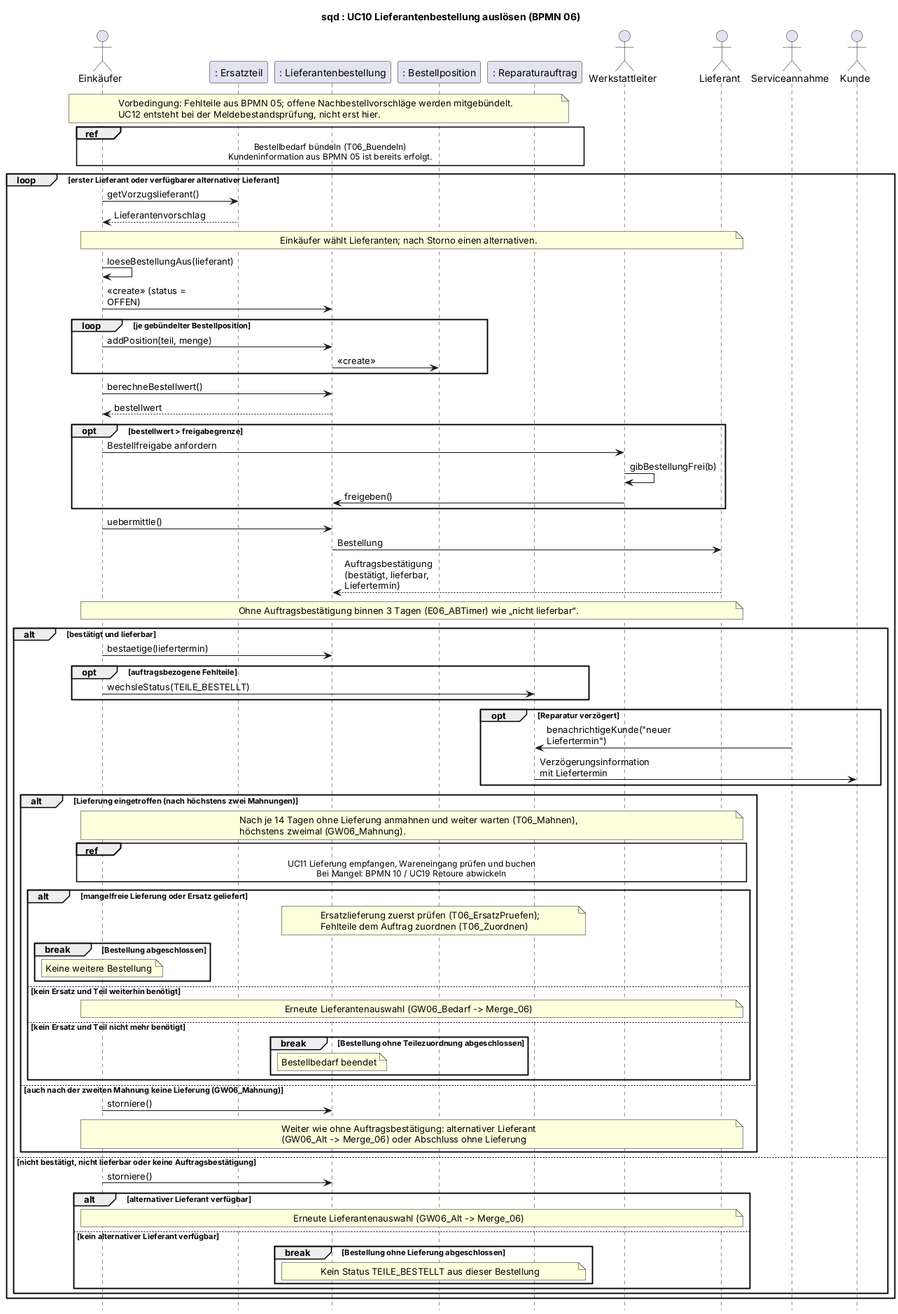
jakobschwan123-cmd/casestudy-semester-3 keeps this PlantUML diagram as 2_uml/entwurf-plantuml/sequenz-06-nachbestellvorschlag.png. Above is the earlier version.
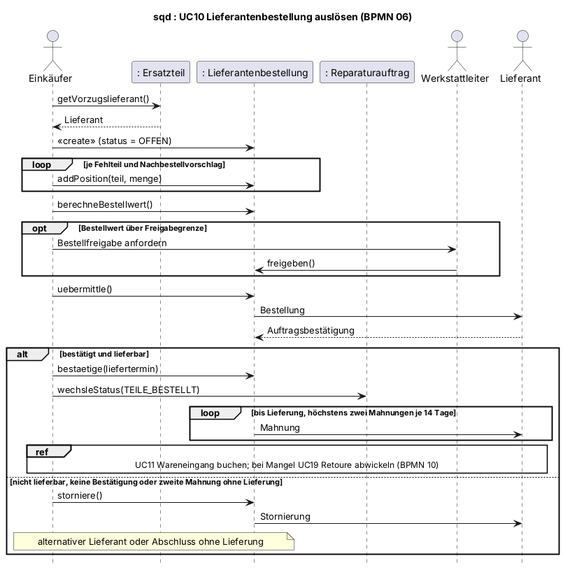
After the commit.

Diff of the diagram source:
```diff
@@ -2,79 +2,40 @@
 title sqd : UC10 Lieferantenbestellung auslösen (BPMN 06)
 skinparam defaultFontName Arial
 skinparam sequenceMessageAlign left
-skinparam maxMessageSize 160
+skinparam maxMessageSize 170
 hide footbox
 
-actor "Einkäufer" as Disponent
+actor "Einkäufer" as E
 participant ": Ersatzteil" as ET
 participant ": Lieferantenbestellung" as BEST
-participant ": Bestellposition" as POS
 participant ": Reparaturauftrag" as RA
 actor Werkstattleiter as WL
 actor Lieferant
-actor Serviceannahme as SM
-actor Kunde
 
-note over Disponent, RA : Vorbedingung: Fehlteile aus BPMN 05; offene Nachbestellvorschläge werden mitgebündelt.\nUC12 entsteht bei der Meldebestandsprüfung, nicht erst hier.
-ref over Disponent, RA : Bestellbedarf bündeln (T06_Buendeln)\nKundeninformation aus BPMN 05 ist bereits erfolgt.
-loop erster Lieferant oder verfügbarer alternativer Lieferant
-    Disponent -> ET : getVorzugslieferant()
-    ET --> Disponent : Lieferantenvorschlag
-    note over Disponent, Lieferant : Einkäufer wählt Lieferanten; nach Storno einen alternativen.
-    Disponent -> Disponent : loeseBestellungAus(lieferant)
-    Disponent -> BEST : <<create>> (status = OFFEN)
-    loop je gebündelter Bestellposition
-        Disponent -> BEST : addPosition(teil, menge)
-        BEST -> POS : <<create>>
+E -> ET : getVorzugslieferant()
+ET --> E : Lieferant
+E -> BEST : <<create>> (status = OFFEN)
+loop je Fehlteil und Nachbestellvorschlag
+    E -> BEST : addPosition(teil, menge)
+end
+E -> BEST : berechneBestellwert()
+opt Bestellwert über Freigabegrenze
+    E -> WL : Bestellfreigabe anfordern
+    WL -> BEST : freigeben()
+end
+E -> BEST : uebermittle()
+BEST -> Lieferant : Bestellung
+Lieferant --> BEST : Auftragsbestätigung
+alt bestätigt und lieferbar
+    E -> BEST : bestaetige(liefertermin)
+    E -> RA : wechsleStatus(TEILE_BESTELLT)
+    loop bis Lieferung, höchstens zwei Mahnungen je 14 Tage
+        BEST -> Lieferant : Mahnung
     end
-    Disponent -> BEST : berechneBestellwert()
-    BEST --> Disponent : bestellwert
-    opt bestellwert > freigabegrenze
-        Disponent -> WL : Bestellfreigabe anfordern
-        WL -> WL : gibBestellungFrei(b)
-        WL -> BEST : freigeben()
-    end
-    Disponent -> BEST : uebermittle()
-    BEST -> Lieferant : Bestellung
-    Lieferant --> BEST : Auftragsbestätigung (bestätigt, lieferbar, Liefertermin)
-    note over Disponent, Lieferant : Ohne Auftragsbestätigung binnen 3 Tagen (E06_ABTimer) wie „nicht lieferbar“.
-    alt bestätigt und lieferbar
-        Disponent -> BEST : bestaetige(liefertermin)
-        opt auftragsbezogene Fehlteile
-            Disponent -> RA : wechsleStatus(TEILE_BESTELLT)
-        end
-        opt Reparatur verzögert
-            SM -> RA : benachrichtigeKunde("neuer Liefertermin")
-            RA -> Kunde : Verzögerungsinformation mit Liefertermin
-        end
-        alt Lieferung eingetroffen (nach höchstens zwei Mahnungen)
-            note over Disponent, Lieferant : Nach je 14 Tagen ohne Lieferung anmahnen und weiter warten (T06_Mahnen),\nhöchstens zweimal (GW06_Mahnung).
-            ref over Disponent, BEST, Lieferant : UC11 Lieferung empfangen, Wareneingang prüfen und buchen\nBei Mangel: BPMN 10 / UC19 Retoure abwickeln
-            alt mangelfreie Lieferung oder Ersatz geliefert
-                note over BEST, RA : Ersatzlieferung zuerst prüfen (T06_ErsatzPruefen);\nFehlteile dem Auftrag zuordnen (T06_Zuordnen)
-                break Bestellung abgeschlossen
-                    note over Disponent : Keine weitere Bestellung
-                end
-            else kein Ersatz und Teil weiterhin benötigt
-                note over Disponent, Lieferant : Erneute Lieferantenauswahl (GW06_Bedarf -> Merge_06)
-            else kein Ersatz und Teil nicht mehr benötigt
-                break Bestellung ohne Teilezuordnung abgeschlossen
-                    note over BEST : Bestellbedarf beendet
-                end
-            end
-        else auch nach der zweiten Mahnung keine Lieferung (GW06_Mahnung)
-            Disponent -> BEST : storniere()
-            note over Disponent, Lieferant : Weiter wie ohne Auftragsbestätigung: alternativer Lieferant\n(GW06_Alt -> Merge_06) oder Abschluss ohne Lieferung
-        end
-    else nicht bestätigt, nicht lieferbar oder keine Auftragsbestätigung
-        Disponent -> BEST : storniere()
-        alt alternativer Lieferant verfügbar
-            note over Disponent, Lieferant : Erneute Lieferantenauswahl (GW06_Alt -> Merge_06)
-        else kein alternativer Lieferant verfügbar
-            break Bestellung ohne Lieferung abgeschlossen
-                note over BEST, RA : Kein Status TEILE_BESTELLT aus dieser Bestellung
-            end
-        end
-    end
+    ref over E, BEST, Lieferant : UC11 Wareneingang buchen; bei Mangel UC19 Retoure abwickeln (BPMN 10)
+else nicht lieferbar, keine Bestätigung oder zweite Mahnung ohne Lieferung
+    E -> BEST : storniere()
+    BEST -> Lieferant : Stornierung
+    note over E, BEST : alternativer Lieferant oder Abschluss ohne Lieferung
 end
 @enduml
```
